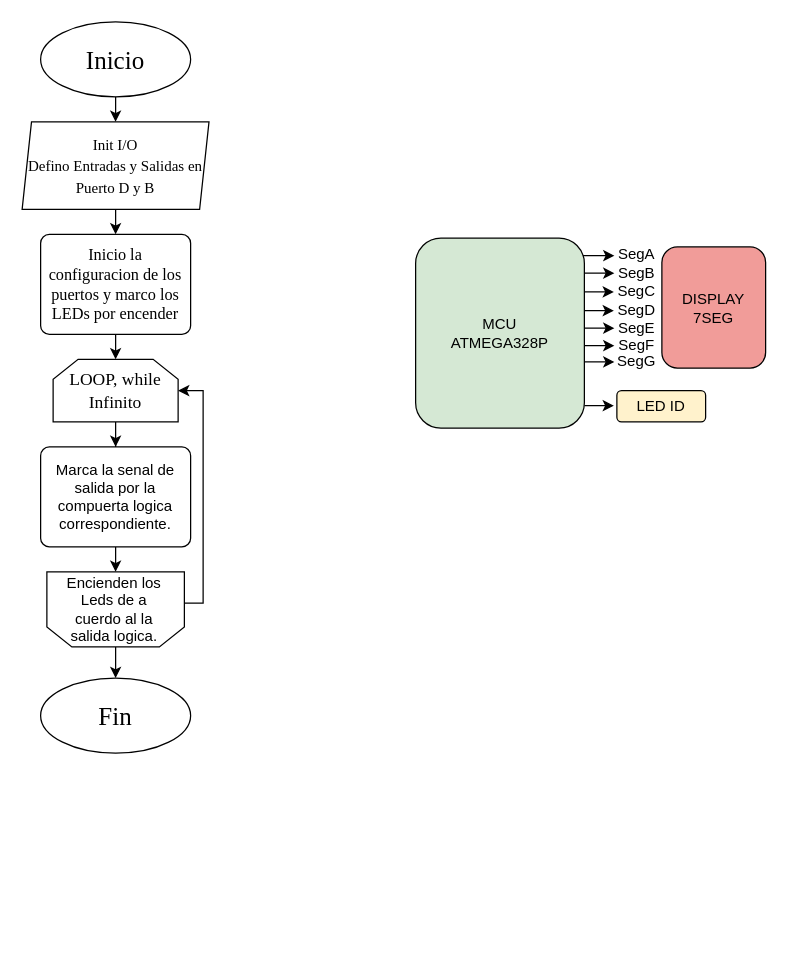
AmbrizPapo/Ambriz-Pablo keeps this draw.io diagram as Untitled Diagram.drawio. Above is the earlier version. Source tidied: cells renumbered, new cells numbered last; positions are measured from the earlier drawing's top-left corner, leaving out a move shared by most shapes. Both pictures are drawn from the tidied source at 125%, with x=0, y=0 at pixel (21, 21).
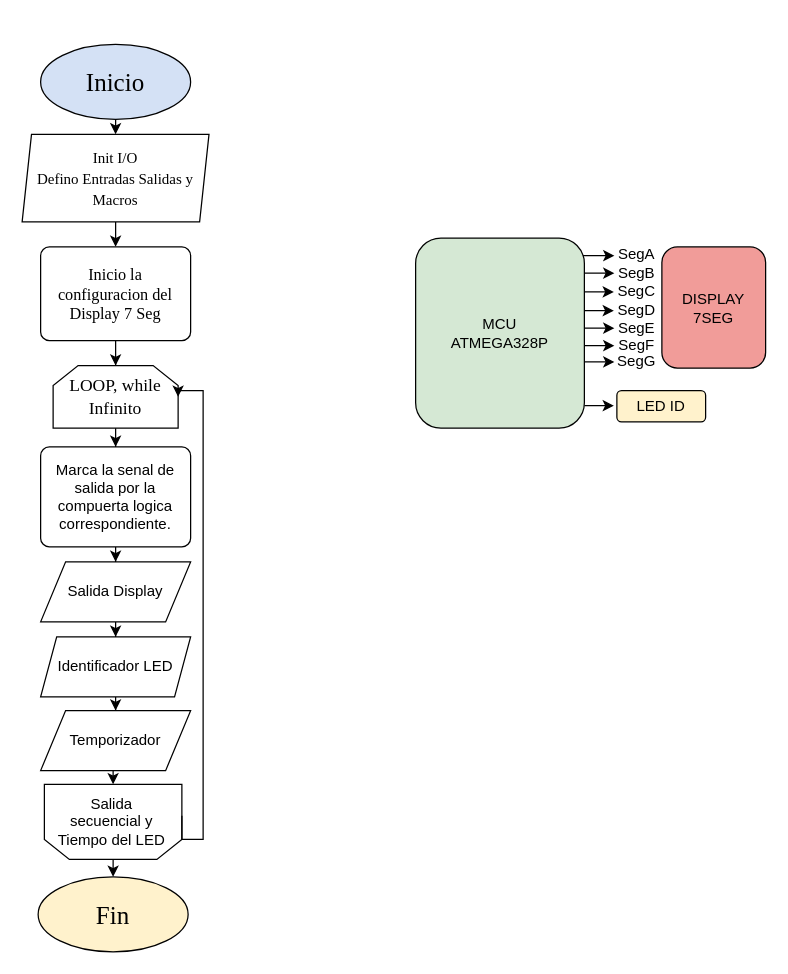
Above is the later version.

Unchanged cells that the change refers to:
```xml
<mxCell id="8" value="Marca la senal de salida por la compuerta logica correspondiente." style="rounded=1;whiteSpace=wrap;html=1;absoluteArcSize=1;arcSize=14;strokeWidth=1;" parent="1" vertex="1">
  <mxGeometry x="15" y="340" width="120" height="80" as="geometry" />
</mxCell>
```

What changed in the source:
```diff
@@
-    <mxCell id="2" value="&lt;font style=&quot;font-size: 20px&quot; face=&quot;Times New Roman&quot;&gt;Inicio&lt;/font&gt;" style="ellipse;whiteSpace=wrap;html=1;" parent="1" vertex="1">
-      <mxGeometry x="15" width="120" height="60" as="geometry" />
+    <mxCell id="2" value="&lt;font style=&quot;font-size: 20px&quot; face=&quot;Times New Roman&quot;&gt;Inicio&lt;/font&gt;" style="ellipse;whiteSpace=wrap;html=1;fillColor=#D4E1F5;" parent="1" vertex="1">
+      <mxGeometry x="15" y="18" width="120" height="60" as="geometry" />
     </mxCell>
-    <mxCell id="3" value="&lt;font style=&quot;font-size: 20px&quot; face=&quot;Times New Roman&quot;&gt;Fin&lt;/font&gt;" style="ellipse;whiteSpace=wrap;html=1;" parent="1" vertex="1">
-      <mxGeometry x="15" y="525" width="120" height="60" as="geometry" />
+    <mxCell id="3" value="&lt;font style=&quot;font-size: 20px&quot; face=&quot;Times New Roman&quot;&gt;Fin&lt;/font&gt;" style="ellipse;whiteSpace=wrap;html=1;fillColor=#FFF2CC;" parent="1" vertex="1">
+      <mxGeometry x="13" y="684" width="120" height="60" as="geometry" />
     </mxCell>
@@
-    <mxCell id="5" value="&lt;div style=&quot;font-size: 14px&quot;&gt;&lt;font style=&quot;font-size: 12px&quot; face=&quot;Times New Roman&quot;&gt;Init I/O&lt;/font&gt;&lt;/div&gt;&lt;div style=&quot;font-size: 14px&quot;&gt;&lt;font style=&quot;font-size: 12px&quot; face=&quot;Times New Roman&quot;&gt;Defino Entradas y Salidas en Puerto D y B&lt;/font&gt;&lt;br&gt;&lt;/div&gt;" style="shape=parallelogram;perimeter=parallelogramPerimeter;whiteSpace=wrap;html=1;fixedSize=1;size=7.5;" parent="1" vertex="1">
-      <mxGeometry x="0.2" y="80" width="149.5" height="70" as="geometry" />
+    <mxCell id="5" value="&lt;div style=&quot;font-size: 14px&quot;&gt;&lt;font style=&quot;font-size: 12px&quot; face=&quot;Times New Roman&quot;&gt;Init I/O&lt;/font&gt;&lt;/div&gt;&lt;div style=&quot;font-size: 14px&quot;&gt;&lt;font style=&quot;font-size: 12px&quot; face=&quot;Times New Roman&quot;&gt;Defino Entradas Salidas y Macros&lt;/font&gt;&lt;br&gt;&lt;/div&gt;" style="shape=parallelogram;perimeter=parallelogramPerimeter;whiteSpace=wrap;html=1;fixedSize=1;size=7.5;" parent="1" vertex="1">
+      <mxGeometry x="0.2" y="90" width="149.5" height="70" as="geometry" />
     </mxCell>
@@
     <mxCell id="7" value="&lt;div style=&quot;font-size: 14px&quot;&gt;&lt;font style=&quot;font-size: 14px&quot; face=&quot;Times New Roman&quot;&gt;LOOP, while&lt;br&gt;&lt;/font&gt;&lt;/div&gt;&lt;div style=&quot;font-size: 14px&quot;&gt;&lt;font style=&quot;font-size: 14px&quot; face=&quot;Times New Roman&quot;&gt;Infinito&lt;br&gt;&lt;/font&gt;&lt;/div&gt;" style="shape=loopLimit;whiteSpace=wrap;html=1;" parent="1" vertex="1">
-      <mxGeometry x="25" y="270" width="100" height="50" as="geometry" />
+      <mxGeometry x="25" y="275" width="100" height="50" as="geometry" />
     </mxCell>
+    <mxCell id="35" style="edgeStyle=orthogonalEdgeStyle;rounded=0;jettySize=auto;html=1;" parent="1" edge="1" source="8" target="38">
+      <mxGeometry relative="1" as="geometry" />
+    </mxCell>
@@
-    <mxCell id="9" style="edgeStyle=orthogonalEdgeStyle;rounded=0;jettySize=auto;html=1;" parent="1" edge="1" source="10">
-      <mxGeometry relative="1" as="geometry">
-        <mxPoint x="75" y="270" as="targetPoint" />
-      </mxGeometry>
-    </mxCell>
+    <mxCell id="36" style="edgeStyle=orthogonalEdgeStyle;rounded=0;jettySize=auto;html=1;" parent="1" edge="1" source="10" target="7">
+      <mxGeometry relative="1" as="geometry" />
+    </mxCell>
-    <mxCell id="10" value="&lt;font style=&quot;font-size: 13px&quot; face=&quot;Times New Roman&quot;&gt;Inicio la configuracion de los puertos y marco los LEDs por encender&lt;br&gt;&lt;/font&gt;" style="rounded=1;whiteSpace=wrap;html=1;absoluteArcSize=1;arcSize=14;strokeWidth=1;" parent="1" vertex="1">
-      <mxGeometry x="15" y="170" width="120" height="80" as="geometry" />
+    <mxCell id="10" value="&lt;font style=&quot;font-size: 13px&quot; face=&quot;Times New Roman&quot;&gt;Inicio la configuracion del Display 7 Seg&lt;br&gt;&lt;/font&gt;" style="rounded=1;whiteSpace=wrap;html=1;absoluteArcSize=1;arcSize=14;strokeWidth=1;" parent="1" vertex="1">
+      <mxGeometry x="15" y="180" width="120" height="75" as="geometry" />
     </mxCell>
@@
-    <mxCell id="12" style="edgeStyle=orthogonalEdgeStyle;rounded=0;jettySize=auto;html=1;exitX=0.5;exitY=1;exitDx=0;exitDy=0;entryX=0.5;entryY=1;entryDx=0;entryDy=0;" parent="1" edge="1" source="8" target="13">
-      <mxGeometry relative="1" as="geometry" />
+    <mxCell id="12" style="edgeStyle=orthogonalEdgeStyle;rounded=0;jettySize=auto;html=1;exitX=0.5;exitY=1;exitDx=0;exitDy=0;entryX=0.5;entryY=1;entryDx=0;entryDy=0;" parent="1" edge="1" target="13">
+      <mxGeometry relative="1" as="geometry">
+        <mxPoint x="73" y="597" as="sourcePoint" />
+      </mxGeometry>
     </mxCell>
     <mxCell id="13" style="shape=loopLimit;whiteSpace=wrap;html=1;strokeWidth=1;size=20;rotation=-180;" parent="1" vertex="1">
-      <mxGeometry x="20" y="440" width="110" height="60" as="geometry" />
+      <mxGeometry x="18" y="610" width="110" height="60" as="geometry" />
     </mxCell>
     <mxCell id="14" style="edgeStyle=orthogonalEdgeStyle;rounded=0;jettySize=auto;html=1;entryX=1;entryY=0.5;entryDx=0;entryDy=0;exitX=0;exitY=0.583;exitDx=0;exitDy=0;exitPerimeter=0;" parent="1" edge="1" source="13" target="7">
       <mxGeometry relative="1" as="geometry">
         <Array as="points">
-          <mxPoint x="145" y="465" />
+          <mxPoint x="128" y="654" />
+          <mxPoint x="145" y="654" />
           <mxPoint x="145" y="295" />
         </Array>
       </mxGeometry>
     </mxCell>
-    <mxCell id="15" value="Encienden los Leds de a cuerdo al la salida logica." style="text;html=1;strokeColor=none;fillColor=none;align=center;verticalAlign=middle;whiteSpace=wrap;rounded=0;" parent="1" vertex="1">
-      <mxGeometry x="28" y="460" width="92" height="19" as="geometry" />
+    <mxCell id="15" value="Salida secuencial y Tiempo del LED" style="text;html=1;strokeColor=none;fillColor=none;align=center;verticalAlign=middle;whiteSpace=wrap;rounded=0;" parent="1" vertex="1">
+      <mxGeometry x="26" y="630" width="92" height="19" as="geometry" />
     </mxCell>
@@
+    <mxCell id="37" style="edgeStyle=orthogonalEdgeStyle;rounded=0;jettySize=auto;html=1;" parent="1" edge="1" source="38" target="40">
+      <mxGeometry relative="1" as="geometry" />
+    </mxCell>
+    <mxCell id="38" value="Salida Display" style="shape=parallelogram;perimeter=parallelogramPerimeter;whiteSpace=wrap;html=1;fixedSize=1;" parent="1" vertex="1">
+      <mxGeometry x="15" y="432" width="120" height="48" as="geometry" />
+    </mxCell>
+    <mxCell id="39" style="edgeStyle=orthogonalEdgeStyle;rounded=0;jettySize=auto;html=1;" parent="1" edge="1" source="40" target="41">
+      <mxGeometry relative="1" as="geometry" />
+    </mxCell>
+    <mxCell id="40" value="Identificador LED" style="shape=parallelogram;perimeter=parallelogramPerimeter;whiteSpace=wrap;html=1;fixedSize=1;size=12.862068965517267;" parent="1" vertex="1">
+      <mxGeometry x="15" y="492" width="120" height="48" as="geometry" />
+    </mxCell>
+    <mxCell id="41" value="Temporizador" style="shape=parallelogram;perimeter=parallelogramPerimeter;whiteSpace=wrap;html=1;fixedSize=1;" parent="1" vertex="1">
+      <mxGeometry x="15" y="551" width="120" height="48" as="geometry" />
+    </mxCell>
```
